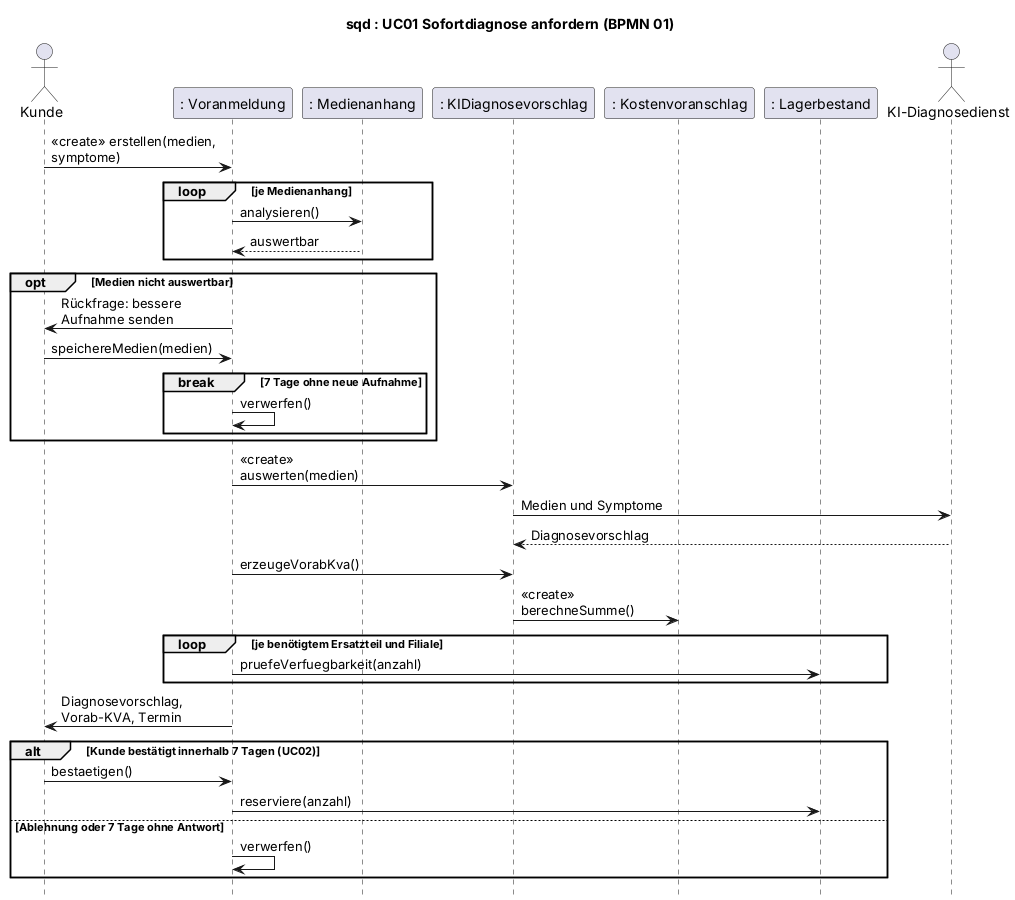
jakobschwan123-cmd/casestudy-semester-3 keeps this PlantUML diagram as 2_uml/entwurf-plantuml/sequenz-01-sofortdiagnose.png. Above is the earlier version.
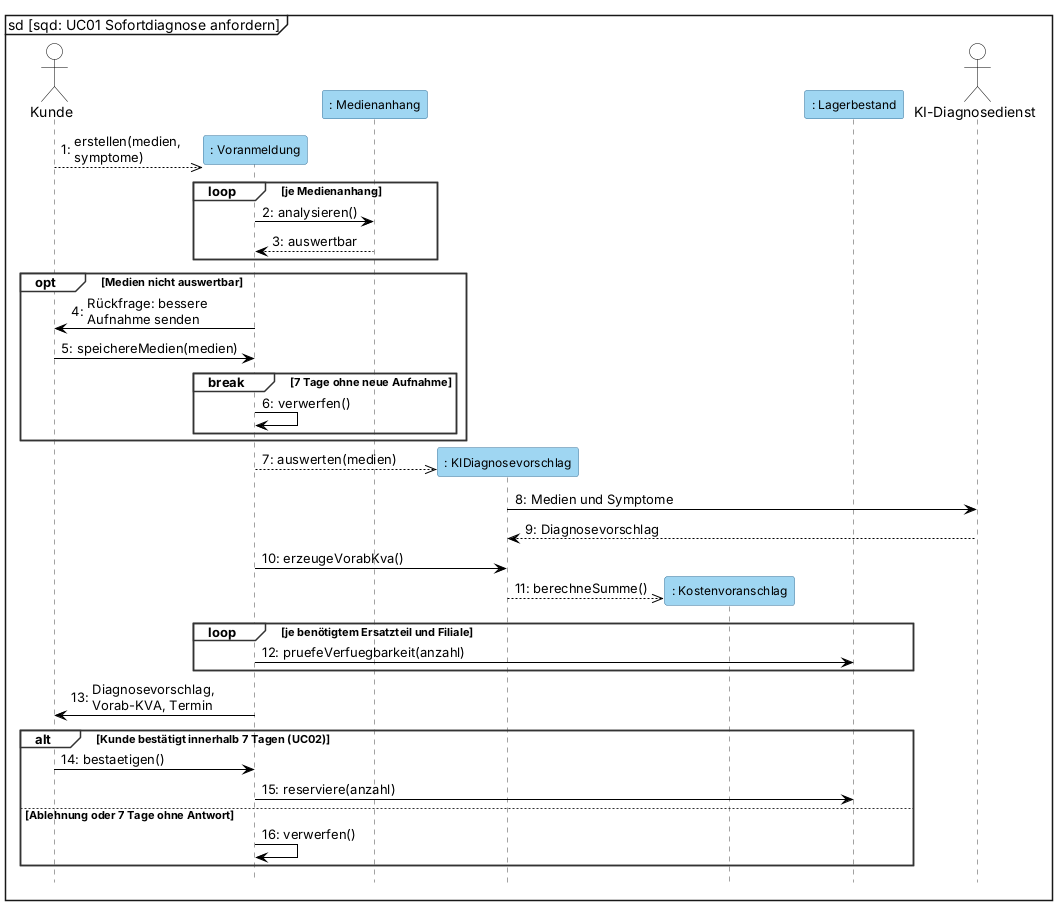
After the commit.

What changed in the source:
```diff
@@ -1,9 +1,24 @@
 @startuml
-title sqd : UC01 Sofortdiagnose anfordern (BPMN 01)
+mainframe sd [sqd: UC01 Sofortdiagnose anfordern]
 skinparam defaultFontName Arial
 skinparam sequenceMessageAlign left
 skinparam maxMessageSize 170
+skinparam shadowing false
+skinparam sequence {
+  ParticipantBackgroundColor #9FD6F2
+  ParticipantBorderColor #2E6E99
+  ParticipantFontSize 12
+  ActorBackgroundColor white
+  ActorBorderColor black
+  LifeLineBorderColor #444444
+  LifeLineBackgroundColor #9FD6F2
+  GroupBorderColor #333333
+  GroupBackgroundColor white
+  GroupHeaderFontStyle bold
+  ArrowColor black
+}
 hide footbox
+autonumber "0:"
 
 actor Kunde
 participant ": Voranmeldung" as VA
@@ -13,7 +28,8 @@
 participant ": Lagerbestand" as LB
 actor "KI-Diagnosedienst" as KIDienst
 
-Kunde -> VA : <<create>> erstellen(medien, symptome)
+create VA
+Kunde -->> VA : erstellen(medien, symptome)
 loop je Medienanhang
     VA -> MA : analysieren()
     MA --> VA : auswertbar
@@ -25,11 +41,13 @@
         VA -> VA : verwerfen()
     end
 end
-VA -> KI : <<create>> auswerten(medien)
+create KI
+VA -->> KI : auswerten(medien)
 KI -> KIDienst : Medien und Symptome
 KIDienst --> KI : Diagnosevorschlag
 VA -> KI : erzeugeVorabKva()
-KI -> KVA : <<create>> berechneSumme()
+create KVA
+KI -->> KVA : berechneSumme()
 loop je benötigtem Ersatzteil und Filiale
     VA -> LB : pruefeVerfuegbarkeit(anzahl)
 end
```
